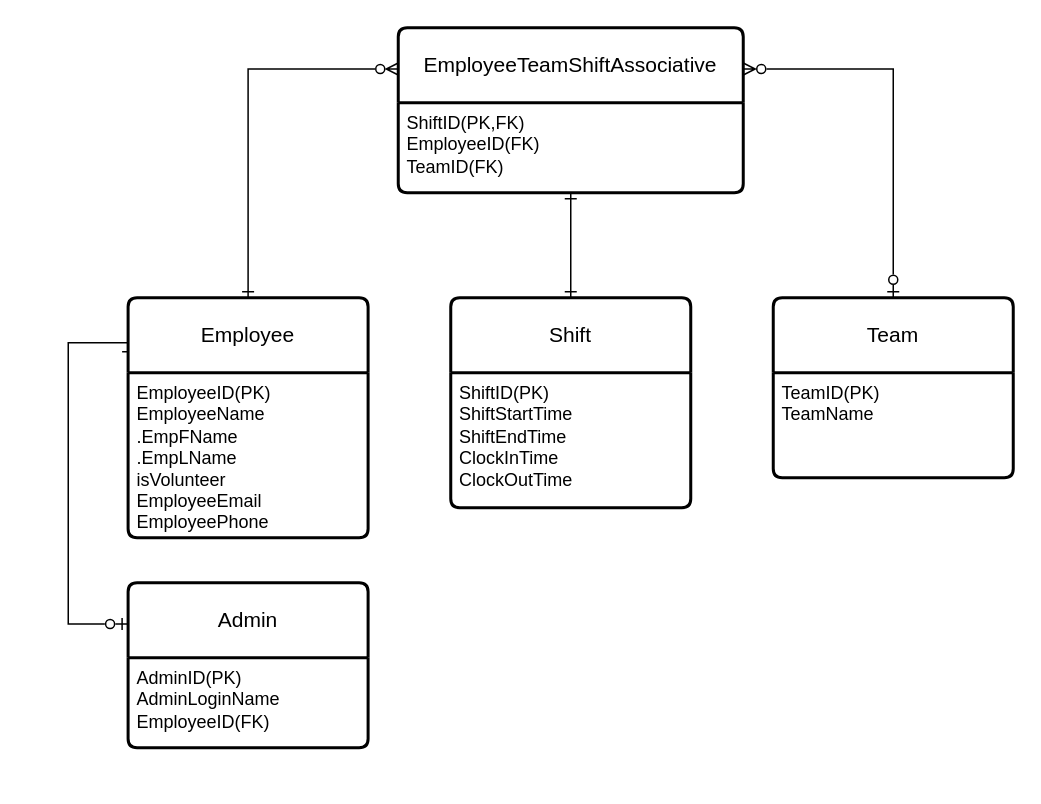
Before: EXTRA_RESOURCES_AND_DIAGRAMS/CSC425_ERD.drawio in JasonKelley20/CSC_425_Project, a draw.io diagram. Source tidied: cells renumbered, new cells numbered last; positions are measured from the earlier drawing's top-left corner, leaving out a move shared by most shapes. Both pictures are drawn from the tidied source at 150%, with x=0, y=0 at pixel (68, 27).
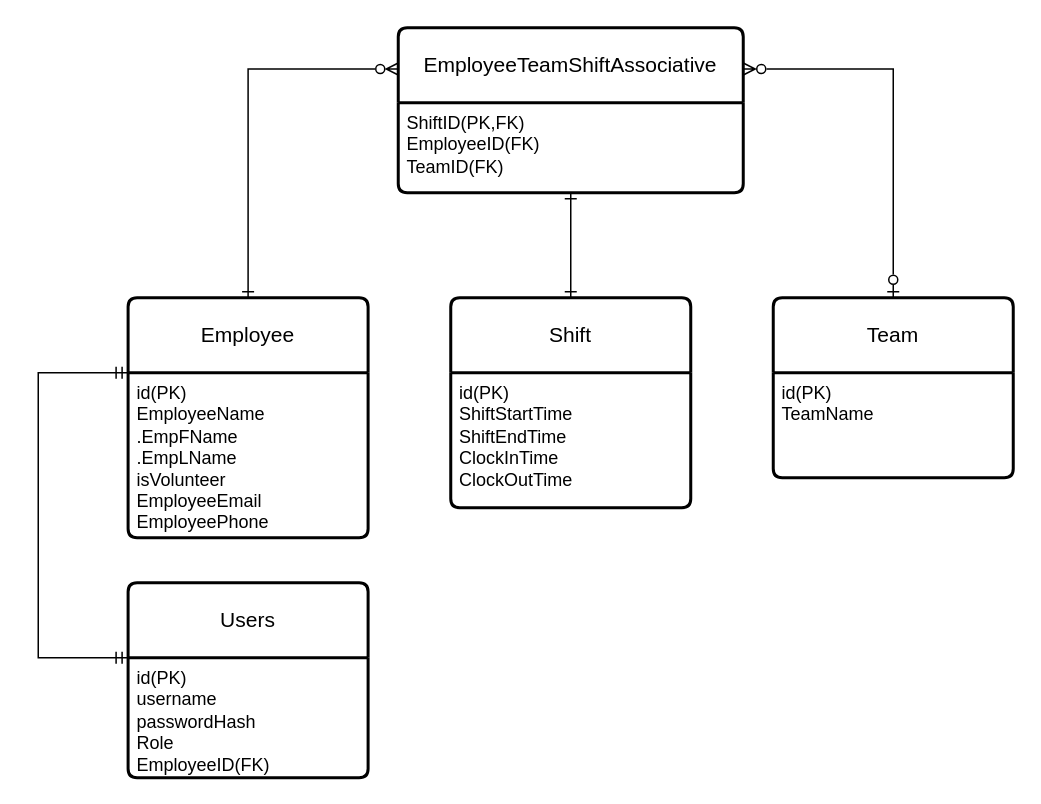
The same page after the edit.

The edit, as a diff of the source:
```diff
@@
 <mxGraphModel>
   <root>
     <mxCell id="0" />
     <mxCell id="1" parent="0" />
     <mxCell id="2" style="edgeStyle=orthogonalEdgeStyle;shape=connector;rounded=0;jettySize=auto;html=1;exitX=0.5;exitY=0;exitDx=0;exitDy=0;entryX=0;entryY=0.25;entryDx=0;entryDy=0;strokeColor=default;align=center;verticalAlign=middle;fontFamily=Helvetica;fontSize=11;fontColor=default;labelBackgroundColor=default;endArrow=ERzeroToMany;endFill=0;startArrow=ERone;startFill=0;" parent="1" edge="1" source="4" target="14">
       <mxGeometry relative="1" as="geometry" />
     </mxCell>
-    <mxCell id="3" style="edgeStyle=orthogonalEdgeStyle;shape=connector;rounded=0;jettySize=auto;html=1;exitX=0;exitY=0.25;exitDx=0;exitDy=0;entryX=0;entryY=0.25;entryDx=0;entryDy=0;strokeColor=default;align=center;verticalAlign=middle;fontFamily=Helvetica;fontSize=11;fontColor=default;labelBackgroundColor=default;endArrow=ERzeroToOne;endFill=0;startArrow=ERone;startFill=0;" parent="1" edge="1" source="4" target="6">
-      <mxGeometry relative="1" as="geometry">
-        <Array as="points">
-          <mxPoint x="40" y="210" />
-          <mxPoint y="210" />
-          <mxPoint y="398" />
-        </Array>
-      </mxGeometry>
-    </mxCell>
     <mxCell id="4" value="Employee" style="swimlane;horizontal=1;startSize=50;rounded=1;fontSize=14;fontStyle=0;strokeWidth=2;shadow=0;dashed=0;align=center;arcSize=4;whiteSpace=wrap;html=1;" parent="1" vertex="1">
       <mxGeometry x="39.9" y="180" width="160" height="160" as="geometry" />
     </mxCell>
-    <mxCell id="5" value="EmployeeID(PK)&lt;div&gt;EmployeeName&lt;/div&gt;&lt;div&gt;.EmpFName&lt;/div&gt;&lt;div&gt;.EmpLName&lt;/div&gt;&lt;div&gt;isVolunteer&lt;/div&gt;&lt;div&gt;EmployeeEmail&lt;/div&gt;&lt;div&gt;EmployeePhone&lt;/div&gt;&lt;div&gt;&lt;br&gt;&lt;/div&gt;" style="align=left;strokeColor=none;fillColor=none;spacingLeft=4;fontSize=12;verticalAlign=top;html=1;" parent="4" vertex="1">
+    <mxCell id="5" value="id(PK)&lt;div&gt;EmployeeName&lt;/div&gt;&lt;div&gt;.EmpFName&lt;/div&gt;&lt;div&gt;.EmpLName&lt;/div&gt;&lt;div&gt;isVolunteer&lt;/div&gt;&lt;div&gt;EmployeeEmail&lt;/div&gt;&lt;div&gt;EmployeePhone&lt;/div&gt;&lt;div&gt;&lt;br&gt;&lt;/div&gt;" style="align=left;strokeColor=none;fillColor=none;spacingLeft=4;fontSize=12;verticalAlign=top;html=1;" parent="4" vertex="1">
       <mxGeometry y="50" width="160" height="110" as="geometry" />
     </mxCell>
-    <mxCell id="6" value="Admin" style="swimlane;horizontal=1;startSize=50;rounded=1;fontSize=14;fontStyle=0;strokeWidth=2;shadow=0;dashed=0;align=center;arcSize=4;whiteSpace=wrap;html=1;" parent="1" vertex="1">
-      <mxGeometry x="39.9" y="370" width="160" height="110" as="geometry" />
+    <mxCell id="6" value="Users" style="swimlane;horizontal=1;startSize=50;rounded=1;fontSize=14;fontStyle=0;strokeWidth=2;shadow=0;dashed=0;align=center;arcSize=4;whiteSpace=wrap;html=1;" parent="1" vertex="1">
+      <mxGeometry x="39.9" y="370" width="160" height="130" as="geometry" />
     </mxCell>
-    <mxCell id="7" value="AdminID(PK)&lt;div&gt;AdminLoginName&lt;br&gt;&lt;div&gt;&lt;span style=&quot;background-color: initial;&quot;&gt;EmployeeID(FK)&lt;/span&gt;&lt;/div&gt;&lt;/div&gt;" style="align=left;strokeColor=none;fillColor=none;spacingLeft=4;fontSize=12;verticalAlign=top;html=1;" parent="6" vertex="1">
-      <mxGeometry y="50" width="160" height="60" as="geometry" />
+    <mxCell id="7" value="id(PK)&lt;div&gt;username&lt;/div&gt;&lt;div&gt;passwordHash&lt;/div&gt;&lt;div&gt;Role&lt;/div&gt;&lt;div&gt;EmployeeID(FK)&lt;/div&gt;" style="align=left;strokeColor=none;fillColor=none;spacingLeft=4;fontSize=12;verticalAlign=top;html=1;" parent="6" vertex="1">
+      <mxGeometry y="50" width="160" height="80" as="geometry" />
     </mxCell>
     <mxCell id="8" style="edgeStyle=orthogonalEdgeStyle;shape=connector;rounded=0;jettySize=auto;html=1;exitX=0.5;exitY=0;exitDx=0;exitDy=0;strokeColor=default;align=center;verticalAlign=middle;fontFamily=Helvetica;fontSize=11;fontColor=default;labelBackgroundColor=default;endArrow=ERone;endFill=0;startArrow=ERone;startFill=0;" parent="1" edge="1" source="9" target="15">
       <mxGeometry relative="1" as="geometry" />
     </mxCell>
     <mxCell id="9" value="Shift" style="swimlane;horizontal=1;startSize=50;rounded=1;fontSize=14;fontStyle=0;strokeWidth=2;shadow=0;dashed=0;align=center;arcSize=4;whiteSpace=wrap;html=1;" parent="1" vertex="1">
       <mxGeometry x="255" y="180" width="160" height="140" as="geometry" />
     </mxCell>
-    <mxCell id="10" value="ShiftID(PK)&lt;div&gt;ShiftStartTime&lt;/div&gt;&lt;div&gt;ShiftEndTime&lt;/div&gt;&lt;div&gt;ClockInTime&lt;/div&gt;&lt;div&gt;ClockOutTime&lt;/div&gt;&lt;div&gt;&lt;br&gt;&lt;/div&gt;" style="align=left;strokeColor=none;fillColor=none;spacingLeft=4;fontSize=12;verticalAlign=top;html=1;" parent="9" vertex="1">
+    <mxCell id="10" value="id(PK)&lt;div&gt;ShiftStartTime&lt;/div&gt;&lt;div&gt;ShiftEndTime&lt;/div&gt;&lt;div&gt;ClockInTime&lt;/div&gt;&lt;div&gt;ClockOutTime&lt;/div&gt;&lt;div&gt;&lt;br&gt;&lt;/div&gt;" style="align=left;strokeColor=none;fillColor=none;spacingLeft=4;fontSize=12;verticalAlign=top;html=1;" parent="9" vertex="1">
       <mxGeometry y="50" width="160" height="90" as="geometry" />
     </mxCell>
     <mxCell id="11" style="edgeStyle=orthogonalEdgeStyle;shape=connector;rounded=0;jettySize=auto;html=1;exitX=0.5;exitY=0;exitDx=0;exitDy=0;entryX=1;entryY=0.25;entryDx=0;entryDy=0;strokeColor=default;align=center;verticalAlign=middle;fontFamily=Helvetica;fontSize=11;fontColor=default;labelBackgroundColor=default;endArrow=ERzeroToMany;endFill=0;startArrow=ERzeroToOne;startFill=0;" parent="1" edge="1" source="12" target="14">
       <mxGeometry relative="1" as="geometry" />
     </mxCell>
     <mxCell id="12" value="Team" style="swimlane;horizontal=1;startSize=50;rounded=1;fontSize=14;fontStyle=0;strokeWidth=2;shadow=0;dashed=0;align=center;arcSize=4;whiteSpace=wrap;html=1;" parent="1" vertex="1">
       <mxGeometry x="470" y="180" width="160" height="120" as="geometry" />
     </mxCell>
-    <mxCell id="13" value="TeamID(PK)&lt;div&gt;TeamName&lt;/div&gt;" style="align=left;strokeColor=none;fillColor=none;spacingLeft=4;fontSize=12;verticalAlign=top;html=1;" parent="12" vertex="1">
+    <mxCell id="13" value="id(PK)&lt;div&gt;TeamName&lt;/div&gt;" style="align=left;strokeColor=none;fillColor=none;spacingLeft=4;fontSize=12;verticalAlign=top;html=1;" parent="12" vertex="1">
       <mxGeometry y="50" width="160" height="70" as="geometry" />
     </mxCell>
     <mxCell id="14" value="EmployeeTeamShiftAssociative" style="swimlane;horizontal=1;startSize=50;rounded=1;fontSize=14;fontStyle=0;strokeWidth=2;shadow=0;dashed=0;align=center;arcSize=4;whiteSpace=wrap;html=1;fontFamily=Helvetica;fontColor=default;labelBackgroundColor=default;" parent="1" vertex="1">
       <mxGeometry x="220" width="230" height="110" as="geometry" />
     </mxCell>
     <mxCell id="15" value="ShiftID(PK,FK)&lt;div&gt;EmployeeID(FK)&lt;/div&gt;&lt;div&gt;TeamID(FK)&lt;/div&gt;" style="align=left;strokeColor=none;fillColor=none;spacingLeft=4;fontSize=12;verticalAlign=top;html=1;fontFamily=Helvetica;fontColor=default;labelBackgroundColor=default;" parent="14" vertex="1">
       <mxGeometry y="50" width="230" height="60" as="geometry" />
     </mxCell>
+    <mxCell id="16" style="edgeStyle=orthogonalEdgeStyle;rounded=0;jettySize=auto;html=1;exitX=0;exitY=0;exitDx=0;exitDy=0;entryX=0;entryY=0;entryDx=0;entryDy=0;startArrow=ERmandOne;startFill=0;endArrow=ERmandOne;endFill=0;" parent="1" edge="1" source="7" target="5">
+      <mxGeometry relative="1" as="geometry">
+        <Array as="points">
+          <mxPoint x="-20" y="420" />
+          <mxPoint x="-20" y="230" />
+        </Array>
+      </mxGeometry>
+    </mxCell>
   </root>
 </mxGraphModel>
```
